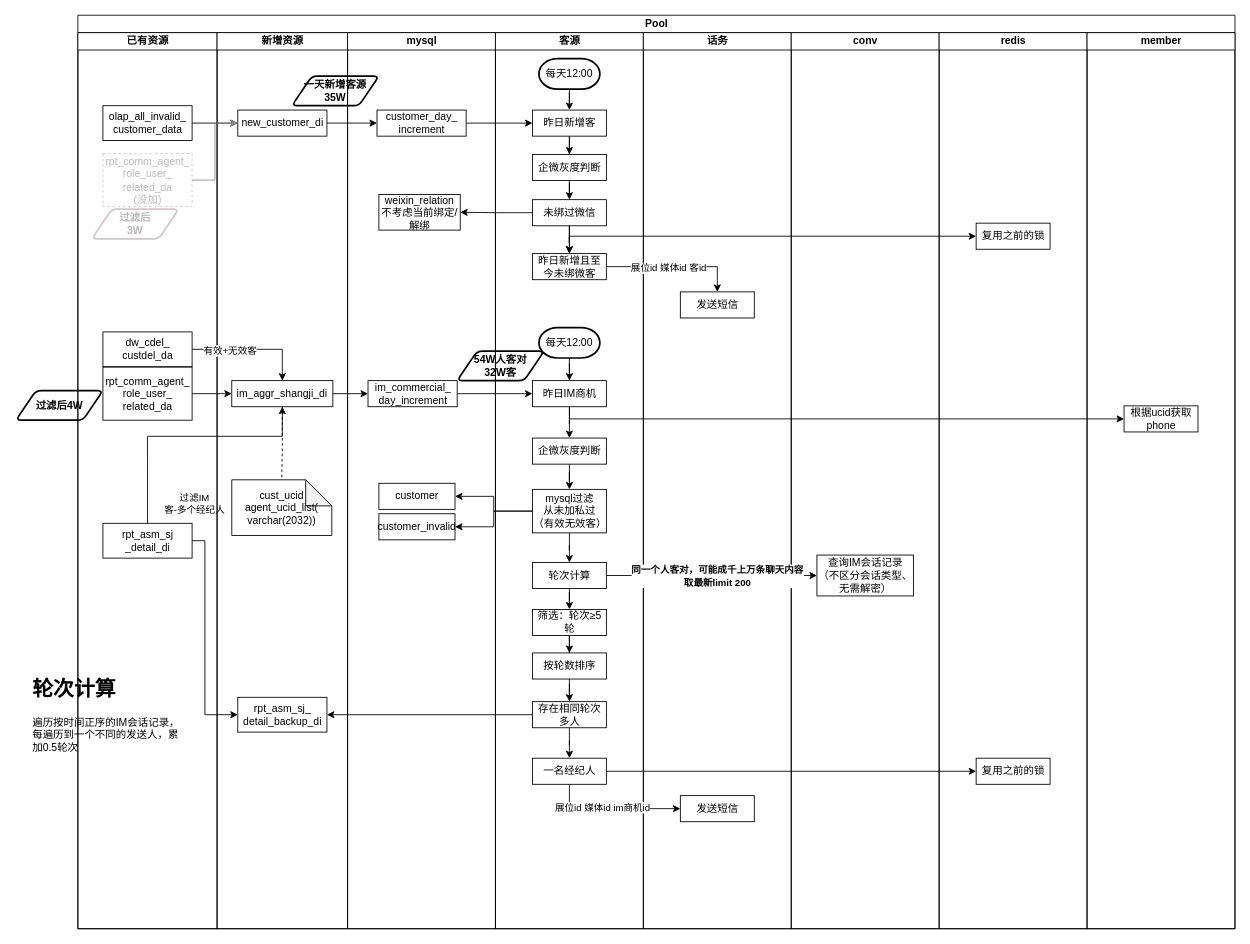
This is 240716短信场景拓展.drawio from SmellyTrotter/draw.io, a draw.io file, before an edit. Source tidied: cells renumbered, new cells numbered last; positions are measured from the earlier drawing's top-left corner, leaving out a move shared by most shapes. Both pictures are drawn from the tidied source at 87%, with x=0, y=0 at pixel (16, 15).
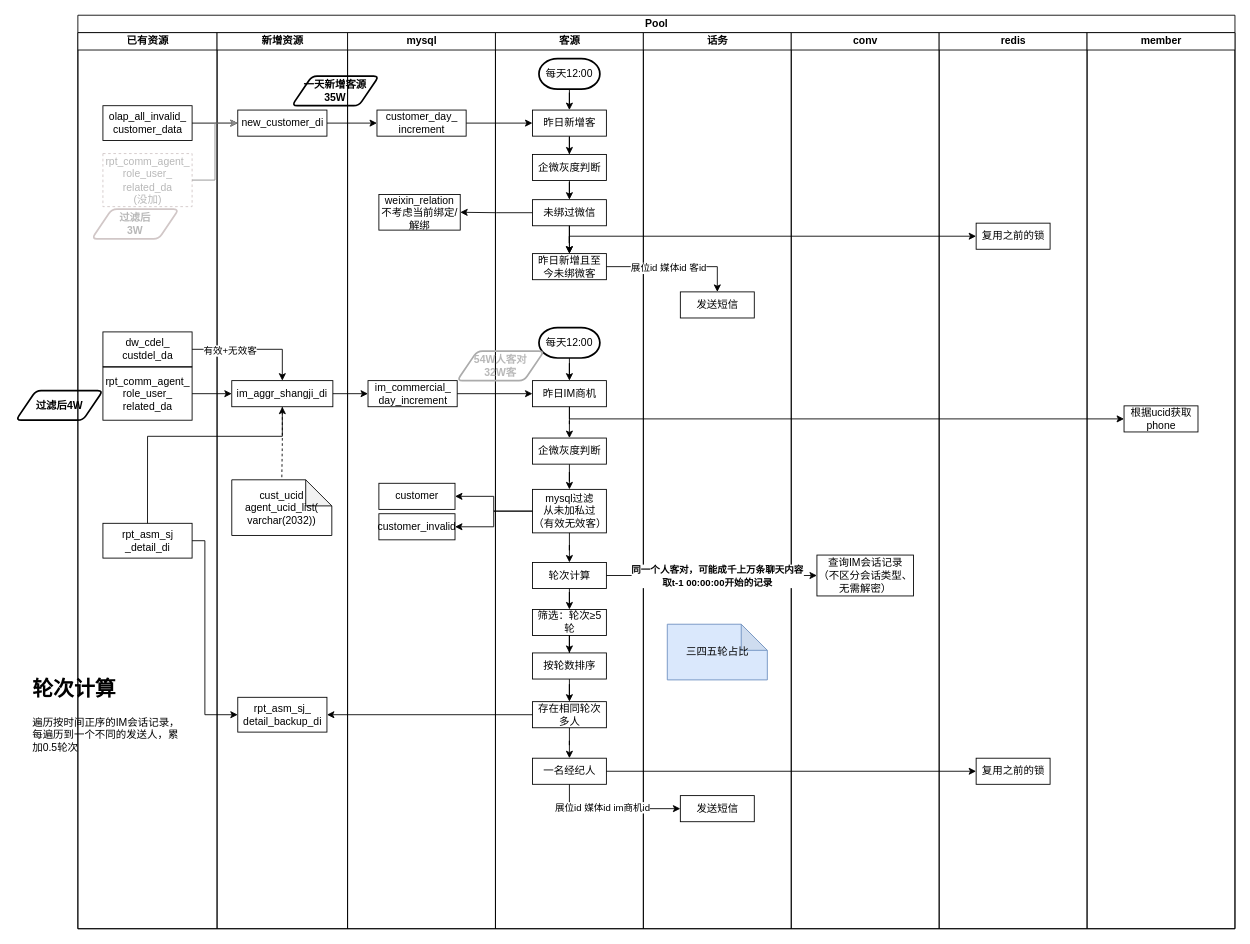
After the change.

Commit message:
更新240716短信场景拓展.drawio

Unchanged cells that the change refers to:
```xml
<mxCell id="20" value="客源" style="swimlane;startSize=20;html=1;" parent="3" vertex="1">
  <mxGeometry x="480" y="20" width="170" height="1030" as="geometry" />
</mxCell>
<mxCell id="50" value="话务" style="swimlane;startSize=20;html=1;" parent="3" vertex="1">
  <mxGeometry x="650" y="20" width="170" height="1030" as="geometry" />
</mxCell>
<mxCell id="62" style="edgeStyle=orthogonalEdgeStyle;rounded=0;jettySize=auto;html=1;exitX=0.5;exitY=0;exitDx=0;exitDy=0;" parent="3" edge="1" source="5" target="11">
  <mxGeometry relative="1" as="geometry">
    <Array as="points">
      <mxPoint x="80" y="484" />
      <mxPoint x="235" y="484" />
    </Array>
  </mxGeometry>
</mxCell>
<mxCell id="71" style="edgeStyle=orthogonalEdgeStyle;rounded=0;jettySize=auto;html=1;" parent="3" edge="1" source="40" target="54">
  <mxGeometry relative="1" as="geometry" />
</mxCell>
```

Diff of the diagram source:
```diff
@@
-    <mxCell id="27" value="&lt;div&gt;54W人客对&lt;/div&gt;32W客" style="shape=parallelogram;html=1;strokeWidth=2;perimeter=parallelogramPerimeter;whiteSpace=wrap;rounded=1;arcSize=12;size=0.23;fillColor=none;fontStyle=1;" parent="20" vertex="1">
+    <mxCell id="27" value="&lt;div&gt;54W人客对&lt;/div&gt;32W客" style="shape=parallelogram;html=1;strokeWidth=2;perimeter=parallelogramPerimeter;whiteSpace=wrap;rounded=1;arcSize=12;size=0.23;fillColor=none;fontStyle=1;fontColor=#B8B8B8;strokeColor=#ABABAB;" parent="20" vertex="1">
       <mxGeometry x="-44" y="366" width="100" height="34" as="geometry" />
     </mxCell>
@@
+    <mxCell id="89" value="三四五轮占比" style="shape=note;whiteSpace=wrap;html=1;backgroundOutline=1;darkOpacity=0.05;fillColor=#dae8fc;strokeColor=#6c8ebf;" parent="50" vertex="1">
+      <mxGeometry x="27.5" y="680" width="115" height="64" as="geometry" />
+    </mxCell>
@@
-    <mxCell id="63" value="过滤IM&lt;div&gt;客-多个经纪人&lt;/div&gt;" style="edgeLabel;html=1;align=center;verticalAlign=middle;labelBackgroundColor=none;" parent="62" vertex="1">
-      <mxGeometry x="-0.74" relative="1" as="geometry">
-        <mxPoint x="53" y="15" as="offset" />
-      </mxGeometry>
-    </mxCell>
@@
-    <mxCell id="72" value="同一个人客对，可能成千上万条聊天内容&lt;div&gt;取最新limit 200&lt;/div&gt;" style="edgeLabel;html=1;align=center;verticalAlign=middle;fontStyle=1;" parent="71" vertex="1">
+    <mxCell id="72" value="同一个人客对，可能成千上万条聊天内容&lt;div&gt;取t-1 00:00:00开始的记录&lt;/div&gt;" style="edgeLabel;html=1;align=center;verticalAlign=middle;fontStyle=1;" parent="71" vertex="1">
       <mxGeometry x="0.15" y="-1" relative="1" as="geometry">
         <mxPoint x="-12" y="-1" as="offset" />
       </mxGeometry>
     </mxCell>
```
